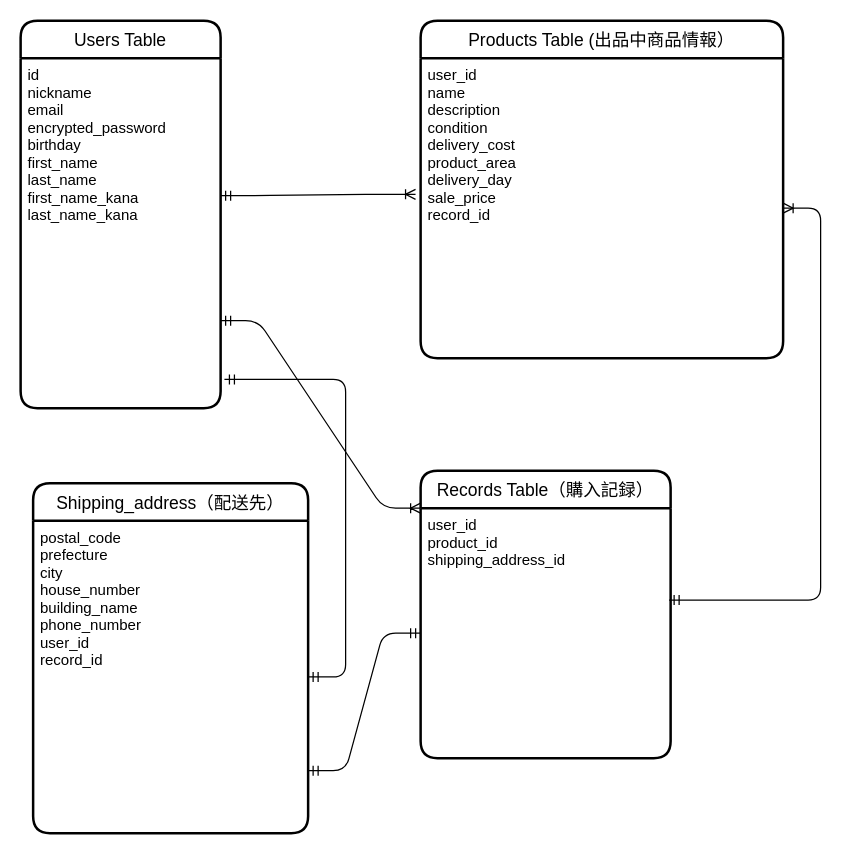
Above: ER.dio in tokudayusuke/furima-34330 (draw.io), before the change. Source tidied: cells renumbered, new cells numbered last; positions are measured from the earlier drawing's top-left corner, leaving out a move shared by most shapes. Both pictures are drawn from the tidied source at 125%, with x=0, y=0 at pixel (20, 20).
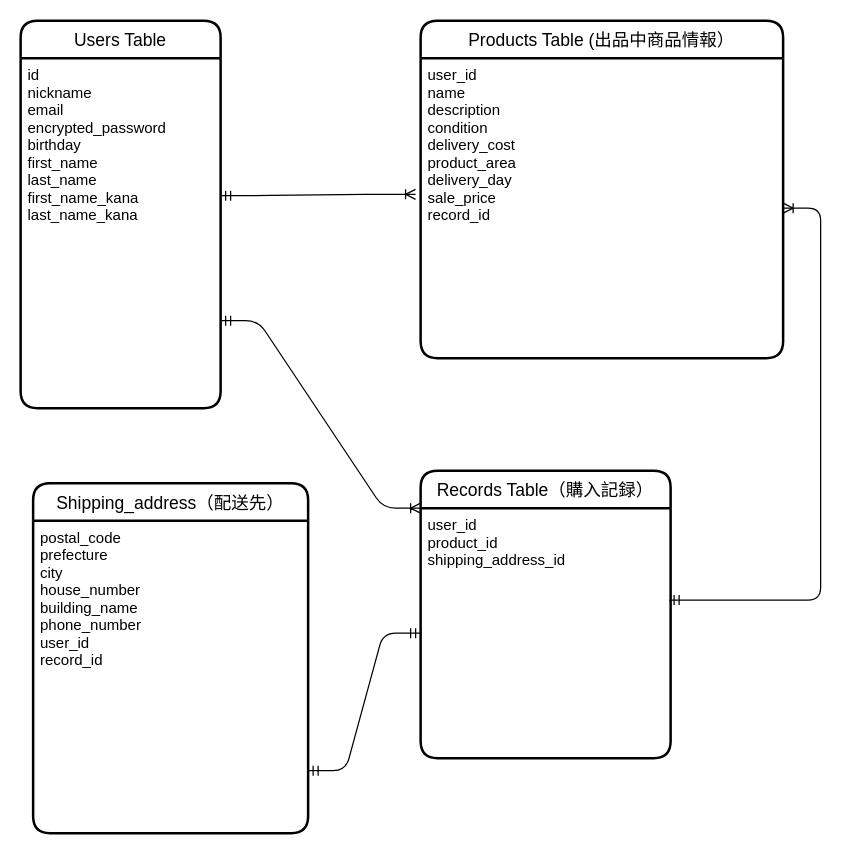
Above is the later version.

The edit, as a diff of the source:
```diff
@@
 <mxGraphModel>
   <root>
     <mxCell id="0" />
     <mxCell id="1" parent="0" />
     <mxCell id="2" value="Users Table" style="swimlane;horizontal=1;startSize=30;rounded=1;fontSize=14;fontStyle=0;strokeWidth=2;shadow=0;dashed=0;align=center;" parent="1" vertex="1">
       <mxGeometry width="160" height="310" as="geometry" />
     </mxCell>
     <mxCell id="3" value="id&#10;nickname&#10;email&#10;encrypted_password&#10;birthday&#10;first_name&#10;last_name&#10;first_name_kana&#10;last_name_kana" style="align=left;strokeColor=none;fillColor=none;spacingLeft=4;fontSize=12;verticalAlign=top;" parent="2" vertex="1">
       <mxGeometry y="30" width="160" height="280" as="geometry" />
     </mxCell>
     <mxCell id="4" value="Products Table (出品中商品情報）" style="swimlane;horizontal=1;startSize=30;rounded=1;fontSize=14;fontStyle=0;strokeWidth=2;shadow=0;dashed=0;align=center;" parent="1" vertex="1">
       <mxGeometry x="320" width="290" height="270" as="geometry" />
     </mxCell>
     <mxCell id="5" value="user_id&#10;name&#10;description&#10;condition&#10;delivery_cost&#10;product_area&#10;delivery_day&#10;sale_price&#10;record_id" style="align=left;strokeColor=none;fillColor=none;spacingLeft=4;fontSize=12;verticalAlign=top;" parent="4" vertex="1">
       <mxGeometry y="30" width="290" height="240" as="geometry" />
     </mxCell>
     <mxCell id="6" style="edgeStyle=entityRelationEdgeStyle;fontSize=12;html=1;endArrow=ERoneToMany;startArrow=ERmandOne;exitX=0.994;exitY=0.45;exitDx=0;exitDy=0;exitPerimeter=0;" parent="1" edge="1" source="11" target="5">
       <mxGeometry relative="1" as="geometry" />
     </mxCell>
     <mxCell id="7" value="Shipping_address（配送先）" style="swimlane;horizontal=1;startSize=30;rounded=1;fontSize=14;fontStyle=0;strokeWidth=2;shadow=0;dashed=0;align=center;" parent="1" vertex="1">
       <mxGeometry x="10" y="370" width="220" height="280" as="geometry" />
     </mxCell>
     <mxCell id="8" value="postal_code&#10;prefecture&#10;city&#10;house_number&#10;building_name&#10;phone_number&#10;user_id&#10;record_id" style="align=left;strokeColor=none;fillColor=none;spacingLeft=4;fontSize=12;verticalAlign=top;" parent="7" vertex="1">
       <mxGeometry y="30" width="220" height="250" as="geometry" />
     </mxCell>
-    <mxCell id="9" style="edgeStyle=entityRelationEdgeStyle;fontSize=12;html=1;endArrow=ERmandOne;startArrow=ERmandOne;exitX=1.019;exitY=0.918;exitDx=0;exitDy=0;exitPerimeter=0;" parent="1" edge="1" source="3" target="8">
-      <mxGeometry relative="1" as="geometry" />
-    </mxCell>
     <mxCell id="10" style="edgeStyle=entityRelationEdgeStyle;fontSize=12;html=1;endArrow=ERmandOne;startArrow=ERmandOne;rounded=1;entryX=1;entryY=0.8;entryDx=0;entryDy=0;entryPerimeter=0;" parent="1" edge="1" source="12" target="8">
       <mxGeometry relative="1" as="geometry" />
     </mxCell>
     <mxCell id="11" value="Records Table（購入記録）" style="swimlane;horizontal=1;startSize=30;rounded=1;fontSize=14;fontStyle=0;strokeWidth=2;shadow=0;dashed=0;align=center;" parent="1" vertex="1">
       <mxGeometry x="320" y="360" width="200" height="230" as="geometry" />
     </mxCell>
     <mxCell id="12" value="user_id&#10;product_id&#10;shipping_address_id" style="align=left;strokeColor=none;fillColor=none;spacingLeft=4;fontSize=12;verticalAlign=top;" parent="11" vertex="1">
       <mxGeometry y="30" width="200" height="200" as="geometry" />
     </mxCell>
     <mxCell id="13" style="edgeStyle=entityRelationEdgeStyle;fontSize=12;html=1;endArrow=ERoneToMany;startArrow=ERmandOne;exitX=1;exitY=0.75;exitDx=0;exitDy=0;entryX=0;entryY=0;entryDx=0;entryDy=0;" parent="1" edge="1" source="3" target="12">
       <mxGeometry relative="1" as="geometry" />
     </mxCell>
     <mxCell id="14" style="edgeStyle=entityRelationEdgeStyle;fontSize=12;html=1;endArrow=ERoneToMany;startArrow=ERmandOne;entryX=-0.014;entryY=0.454;entryDx=0;entryDy=0;entryPerimeter=0;" parent="1" edge="1" target="5">
       <mxGeometry relative="1" as="geometry">
         <mxPoint x="160" y="140" as="sourcePoint" />
       </mxGeometry>
     </mxCell>
   </root>
 </mxGraphModel>
```
